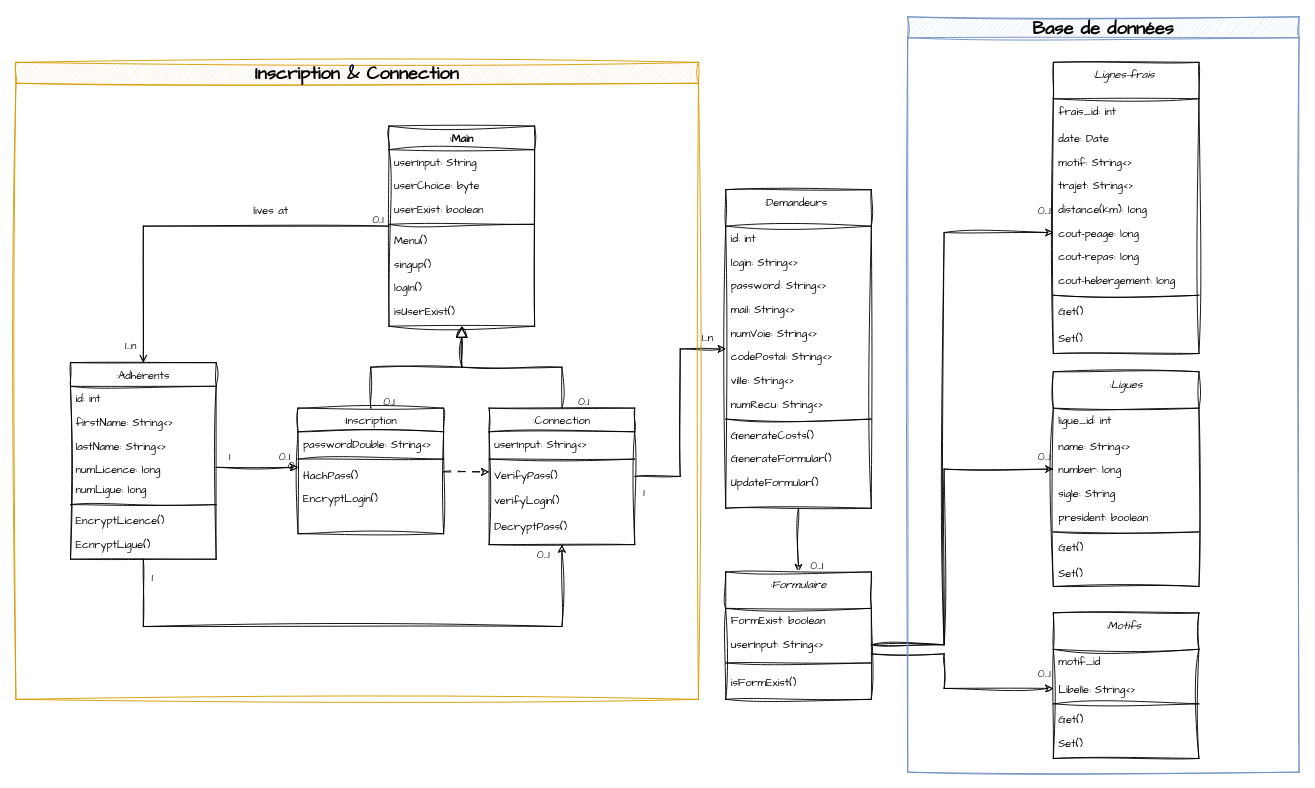
This is NoteDeFrais_Classes.drawio from PlumCreativ/NoteDeFrais, a draw.io file, before an edit. Source tidied: cells renumbered, new cells numbered last; positions are measured from the earlier drawing's top-left corner, leaving out a move shared by most shapes. Both pictures are drawn from the tidied source at 91%, with x=0, y=0 at pixel (15, 16).
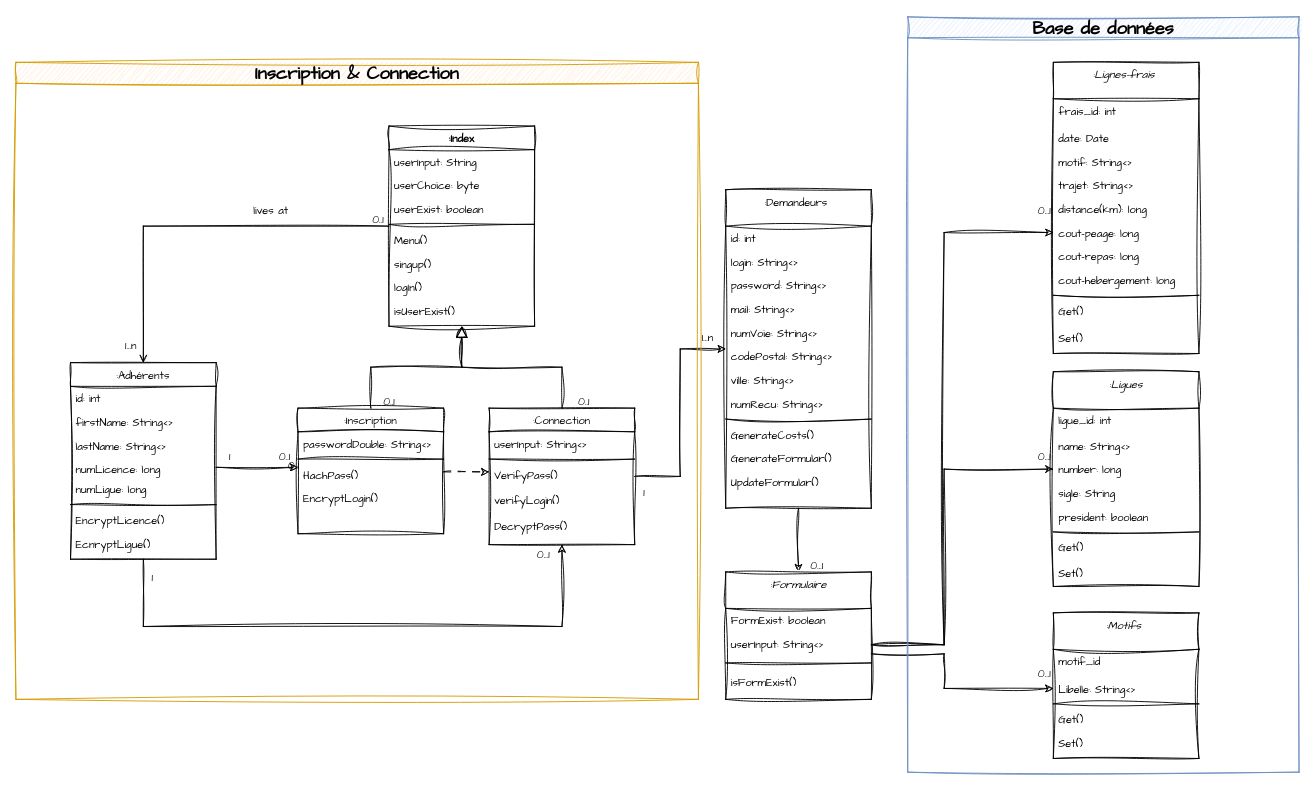
Above is the later version.

Commit message:
Mettre à jour NoteDeFrais_Classes.drawio

Diff of the diagram source:
```diff
@@
-    <mxCell id="2" value=":Main" style="swimlane;align=center;verticalAlign=top;horizontal=1;startSize=26;rounded=0;shadow=0;strokeWidth=1;sketch=1;curveFitting=1;jiggle=2;fontFamily=Architects Daughter;" parent="1" vertex="1">
+    <mxCell id="2" value=":Index" style="swimlane;align=center;verticalAlign=top;horizontal=1;startSize=26;rounded=0;shadow=0;strokeWidth=1;sketch=1;curveFitting=1;jiggle=2;fontFamily=Architects Daughter;" parent="1" vertex="1">
       <mxGeometry x="410" y="120" width="160" height="220" as="geometry" />
     </mxCell>
```
